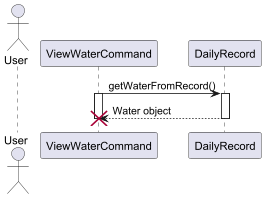
The PlantUML diagram docs/images/viewWaterSequenceDiagram.png in nus-cs2113-AY2425S1/tp, before a commit.
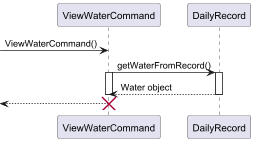
After the commit.

Diff of the diagram source:
```diff
@@ -1,8 +1,10 @@
 @startuml
-actor User
+
 participant "ViewWaterCommand" as ViewCmd
 participant "DailyRecord" as DailyRec
 
+create ViewCmd
+-> ViewCmd : ViewWaterCommand()
 ViewCmd -> DailyRec: getWaterFromRecord()
 activate ViewCmd
 activate DailyRec
@@ -10,5 +12,6 @@
 deactivate DailyRec
 
 deactivate ViewCmd
+<-- ViewCmd
 destroy ViewCmd
 @enduml
```
